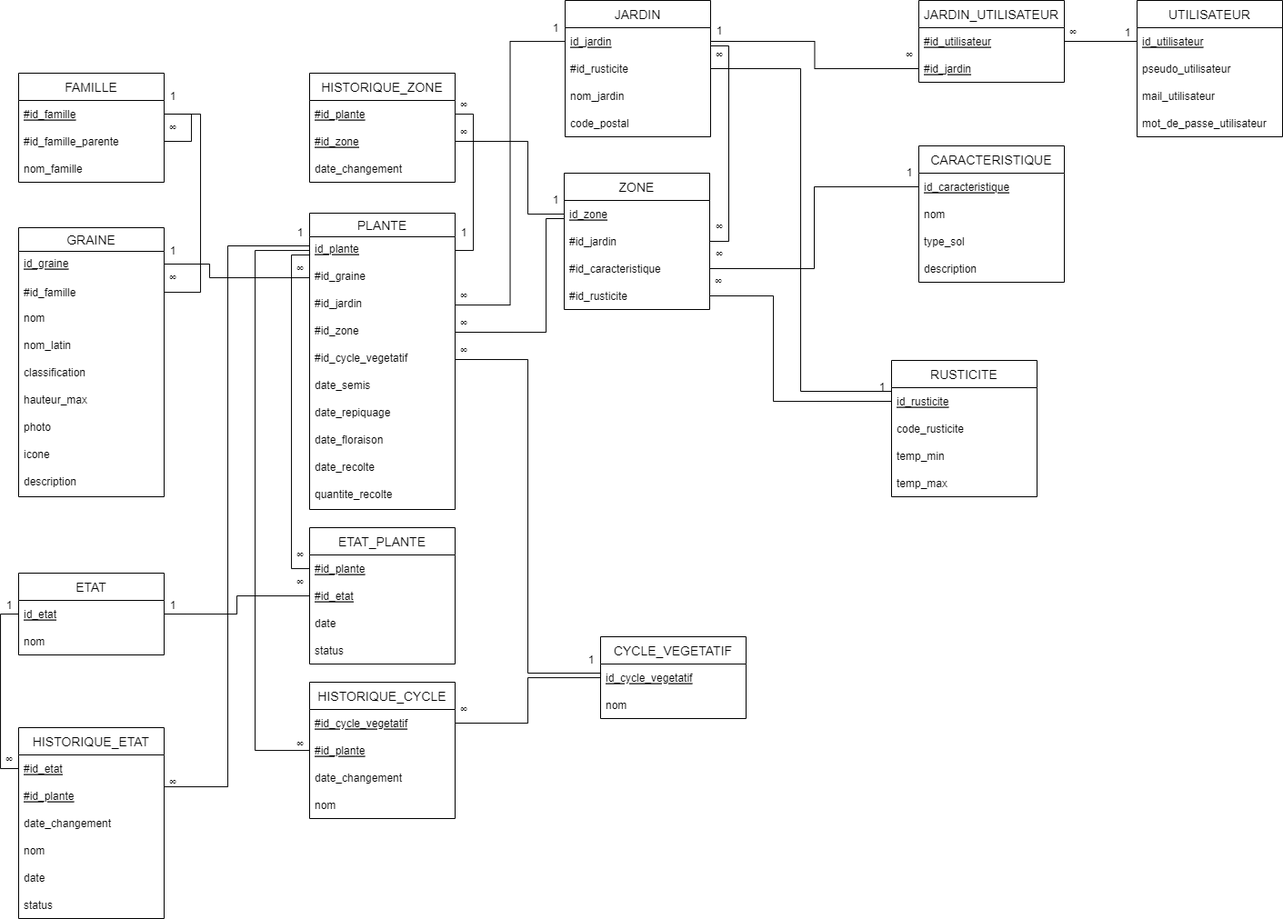
Before: MLD.drawio.png, a diagram exported from draw.io (bigbossdusql/i-garden). Source tidied: cells renumbered, new cells last; positions are measured from the earlier drawing's top-left corner, leaving out a move shared by most shapes.
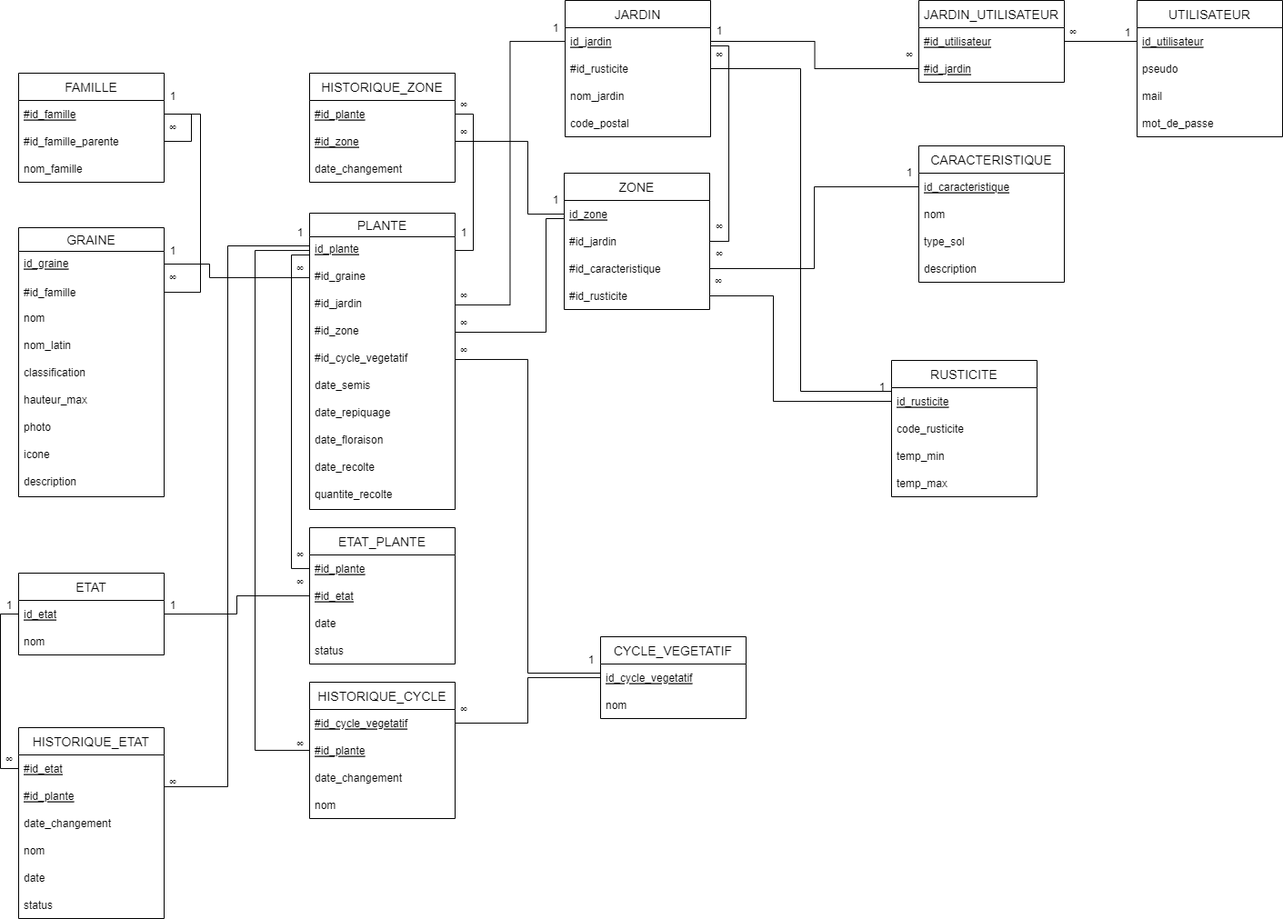
Later version of the same file.

What changed in the source:
```diff
@@ -53,13 +53,13 @@
     <mxCell id="18" value="id_utilisateur" style="text;strokeColor=none;fillColor=none;align=left;verticalAlign=middle;spacingLeft=4;spacingRight=4;overflow=hidden;points=[[0,0.5],[1,0.5]];portConstraint=eastwest;fontFamily=Helvetica;fontStyle=4;" parent="17" vertex="1">
       <mxGeometry y="30" width="160" height="30" as="geometry" />
     </mxCell>
-    <mxCell id="19" value="pseudo_utilisateur" style="text;strokeColor=none;fillColor=none;align=left;verticalAlign=middle;spacingLeft=4;spacingRight=4;overflow=hidden;fontFamily=Helvetica;" parent="17" vertex="1">
+    <mxCell id="19" value="pseudo" style="text;strokeColor=none;fillColor=none;align=left;verticalAlign=middle;spacingLeft=4;spacingRight=4;overflow=hidden;fontFamily=Helvetica;" parent="17" vertex="1">
       <mxGeometry y="60" width="160" height="30" as="geometry" />
     </mxCell>
-    <mxCell id="20" value="mail_utilisateur" style="text;strokeColor=none;fillColor=none;align=left;verticalAlign=middle;spacingLeft=4;spacingRight=4;overflow=hidden;fontFamily=Helvetica;" parent="17" vertex="1">
+    <mxCell id="20" value="mail" style="text;strokeColor=none;fillColor=none;align=left;verticalAlign=middle;spacingLeft=4;spacingRight=4;overflow=hidden;fontFamily=Helvetica;" parent="17" vertex="1">
       <mxGeometry y="90" width="160" height="30" as="geometry" />
     </mxCell>
-    <mxCell id="21" value="mot_de_passe_utilisateur" style="text;strokeColor=none;fillColor=none;align=left;verticalAlign=middle;spacingLeft=4;spacingRight=4;overflow=hidden;fontFamily=Helvetica;" parent="17" vertex="1">
+    <mxCell id="21" value="mot_de_passe" style="text;strokeColor=none;fillColor=none;align=left;verticalAlign=middle;spacingLeft=4;spacingRight=4;overflow=hidden;fontFamily=Helvetica;" parent="17" vertex="1">
       <mxGeometry y="120" width="160" height="30" as="geometry" />
     </mxCell>
     <mxCell id="22" value="FAMILLE" style="swimlane;fontStyle=0;horizontal=1;startSize=30;fontFamily=Helvetica;fontSize=14;" parent="1" vertex="1">
```
